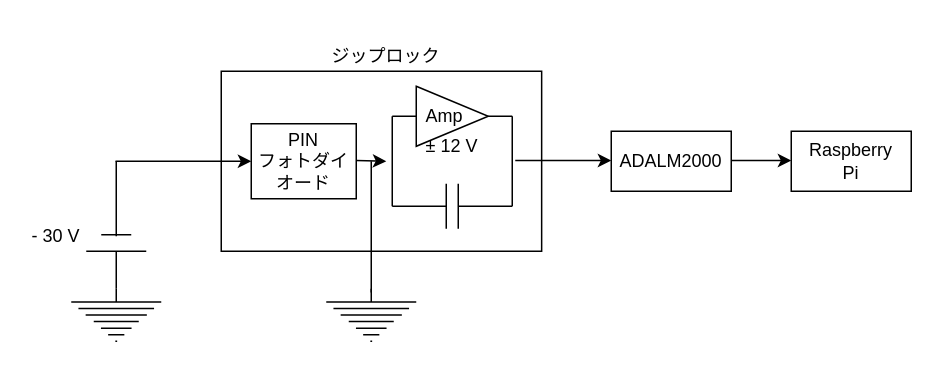
The draw.io diagram page "week2" (2 of 2) of PIN.drawio in hmdyt/b4ex_semiconductor, before the edit. Source tidied: cells renumbered, new cells numbered last; positions are measured from the earlier drawing's top-left corner, leaving out a move shared by most shapes. Both pictures are drawn from the tidied source at 150%, with x=0, y=0 at pixel (26, 26).
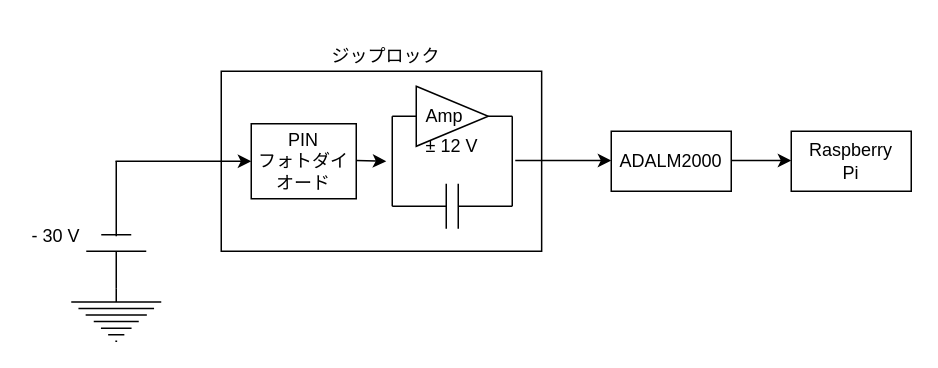
Above is the later version.

The change refers to these unchanged cells:
```xml
<mxCell id="6" style="group;" parent="1" vertex="1">
  <mxGeometry x="30" width="313.6" height="210" as="geometry" />
</mxCell>
<mxCell id="13" style="group;" parent="6" vertex="1">
  <mxGeometry x="100" y="30" width="213.6" height="120" as="geometry" />
</mxCell>
```

Diff of the diagram source:
```diff
@@
-    <mxCell id="10" style="verticalLabelPosition=bottom;shadow=0;dashed=0;align=center;html=1;verticalAlign=top;shape=mxgraph.electrical.signal_sources.protective_earth;" parent="6" vertex="1">
-      <mxGeometry x="170" y="175" width="60" height="35" as="geometry" />
-    </mxCell>
@@
-    <mxCell id="24" style="endArrow=none;html=1;" parent="13" edge="1">
-      <mxGeometry relative="1" as="geometry">
-        <mxPoint x="100" y="147.5" as="sourcePoint" />
-        <mxPoint x="100" y="60" as="targetPoint" />
-      </mxGeometry>
-    </mxCell>
```
